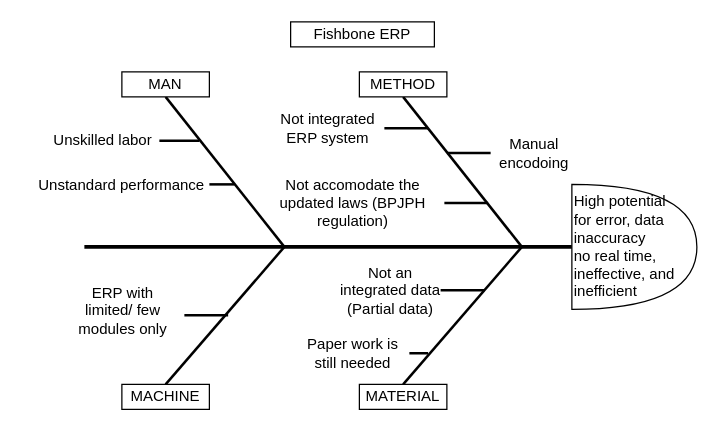
ariesharry/Diagrams keeps this draw.io diagram as Fishbone ERP.drawio. Above is the earlier version. Source tidied: cells renumbered, new cells numbered last; positions are measured from the earlier drawing's top-left corner, leaving out a move shared by most shapes. Both pictures are drawn from the tidied source at 125%, with x=0, y=0 at pixel (34, 21).
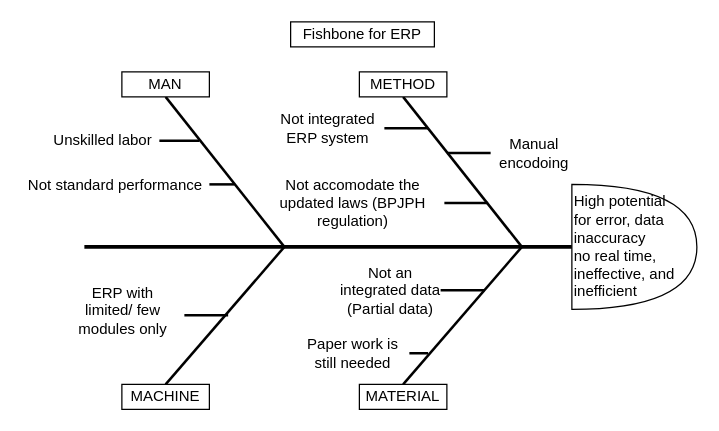
The same page after the edit.

Diff of the diagram source:
```diff
@@
-    <mxCell id="13" value="Unstandard performance" style="text;html=1;strokeColor=none;fillColor=none;align=center;verticalAlign=middle;whiteSpace=wrap;rounded=0;" parent="1" vertex="1">
-      <mxGeometry y="116" width="140" height="30" as="geometry" />
+    <mxCell id="13" value="Not standard performance" style="text;html=1;strokeColor=none;fillColor=none;align=center;verticalAlign=middle;whiteSpace=wrap;rounded=0;" parent="1" vertex="1">
+      <mxGeometry x="-10" y="116" width="150" height="30" as="geometry" />
     </mxCell>
@@
-    <mxCell id="29" value="Fishbone ERP" style="text;html=1;strokeColor=default;fillColor=none;align=center;verticalAlign=middle;whiteSpace=wrap;rounded=0;" parent="1" vertex="1">
+    <mxCell id="29" value="Fishbone for ERP" style="text;html=1;strokeColor=default;fillColor=none;align=center;verticalAlign=middle;whiteSpace=wrap;rounded=0;" parent="1" vertex="1">
       <mxGeometry x="205" width="115" height="20" as="geometry" />
     </mxCell>
```
